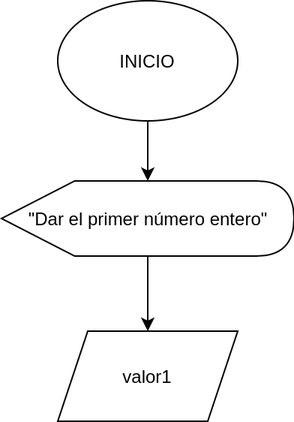
The draw.io diagram web/img/e1_p3.png in jalmx/micro-21, before a commit. Source tidied: cells renumbered, new cells last; positions are measured from the earlier drawing's top-left corner, leaving out a move shared by most shapes. The source it was exported from:
```xml
<mxGraphModel>
  <root>
    <mxCell id="0" />
    <mxCell id="1" parent="0" />
    <mxCell id="2" style="edgeStyle=orthogonalEdgeStyle;rounded=0;jettySize=auto;html=1;" parent="1" edge="1" source="3" target="5">
      <mxGeometry relative="1" as="geometry" />
    </mxCell>
    <mxCell id="3" value="INICIO" style="ellipse;whiteSpace=wrap;html=1;" parent="1" vertex="1">
      <mxGeometry x="38" width="120" height="80" as="geometry" />
    </mxCell>
    <mxCell id="4" style="edgeStyle=orthogonalEdgeStyle;rounded=0;jettySize=auto;html=1;" parent="1" edge="1" source="5" target="6">
      <mxGeometry relative="1" as="geometry" />
    </mxCell>
    <mxCell id="5" value="&quot;Dar el primer número entero&quot;" style="shape=display;whiteSpace=wrap;html=1;" parent="1" vertex="1">
      <mxGeometry x="0.5" y="120" width="195" height="50" as="geometry" />
    </mxCell>
    <mxCell id="6" value="valor1" style="shape=parallelogram;perimeter=parallelogramPerimeter;whiteSpace=wrap;html=1;fixedSize=1;" parent="1" vertex="1">
      <mxGeometry x="38" y="220" width="120" height="60" as="geometry" />
    </mxCell>
  </root>
</mxGraphModel>
```
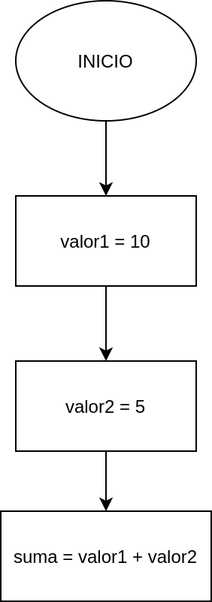
The same file after the commit.

Change to the diagram source:
```diff
@@ -2,20 +2,26 @@
   <root>
     <mxCell id="0" />
     <mxCell id="1" parent="0" />
-    <mxCell id="2" style="edgeStyle=orthogonalEdgeStyle;rounded=0;jettySize=auto;html=1;" parent="1" edge="1" source="3" target="5">
-      <mxGeometry relative="1" as="geometry" />
-    </mxCell>
+    <mxCell id="7" style="edgeStyle=orthogonalEdgeStyle;rounded=0;jettySize=auto;html=1;" parent="1" edge="1" source="3" target="9">
+      <mxGeometry relative="1" as="geometry" />
+    </mxCell>
     <mxCell id="3" value="INICIO" style="ellipse;whiteSpace=wrap;html=1;" parent="1" vertex="1">
       <mxGeometry x="38" width="120" height="80" as="geometry" />
     </mxCell>
-    <mxCell id="4" style="edgeStyle=orthogonalEdgeStyle;rounded=0;jettySize=auto;html=1;" parent="1" edge="1" source="5" target="6">
-      <mxGeometry relative="1" as="geometry" />
-    </mxCell>
-    <mxCell id="5" value="&quot;Dar el primer número entero&quot;" style="shape=display;whiteSpace=wrap;html=1;" parent="1" vertex="1">
-      <mxGeometry x="0.5" y="120" width="195" height="50" as="geometry" />
-    </mxCell>
-    <mxCell id="6" value="valor1" style="shape=parallelogram;perimeter=parallelogramPerimeter;whiteSpace=wrap;html=1;fixedSize=1;" parent="1" vertex="1">
-      <mxGeometry x="38" y="220" width="120" height="60" as="geometry" />
-    </mxCell>
+    <mxCell id="8" style="edgeStyle=orthogonalEdgeStyle;rounded=0;jettySize=auto;html=1;" parent="1" edge="1" source="9" target="11">
+      <mxGeometry relative="1" as="geometry" />
+    </mxCell>
+    <mxCell id="9" value="valor1 = 10" style="whiteSpace=wrap;html=1;" parent="1" vertex="1">
+      <mxGeometry x="38" y="130" width="120" height="60" as="geometry" />
+    </mxCell>
+    <mxCell id="10" style="edgeStyle=orthogonalEdgeStyle;rounded=0;jettySize=auto;html=1;" parent="1" edge="1" source="11" target="12">
+      <mxGeometry relative="1" as="geometry" />
+    </mxCell>
+    <mxCell id="11" value="valor2 = 5" style="whiteSpace=wrap;html=1;" parent="1" vertex="1">
+      <mxGeometry x="38" y="240" width="120" height="60" as="geometry" />
+    </mxCell>
+    <mxCell id="12" value="suma = valor1 + valor2" style="whiteSpace=wrap;html=1;" parent="1" vertex="1">
+      <mxGeometry x="28" y="340" width="140" height="60" as="geometry" />
+    </mxCell>
   </root>
 </mxGraphModel>
```
